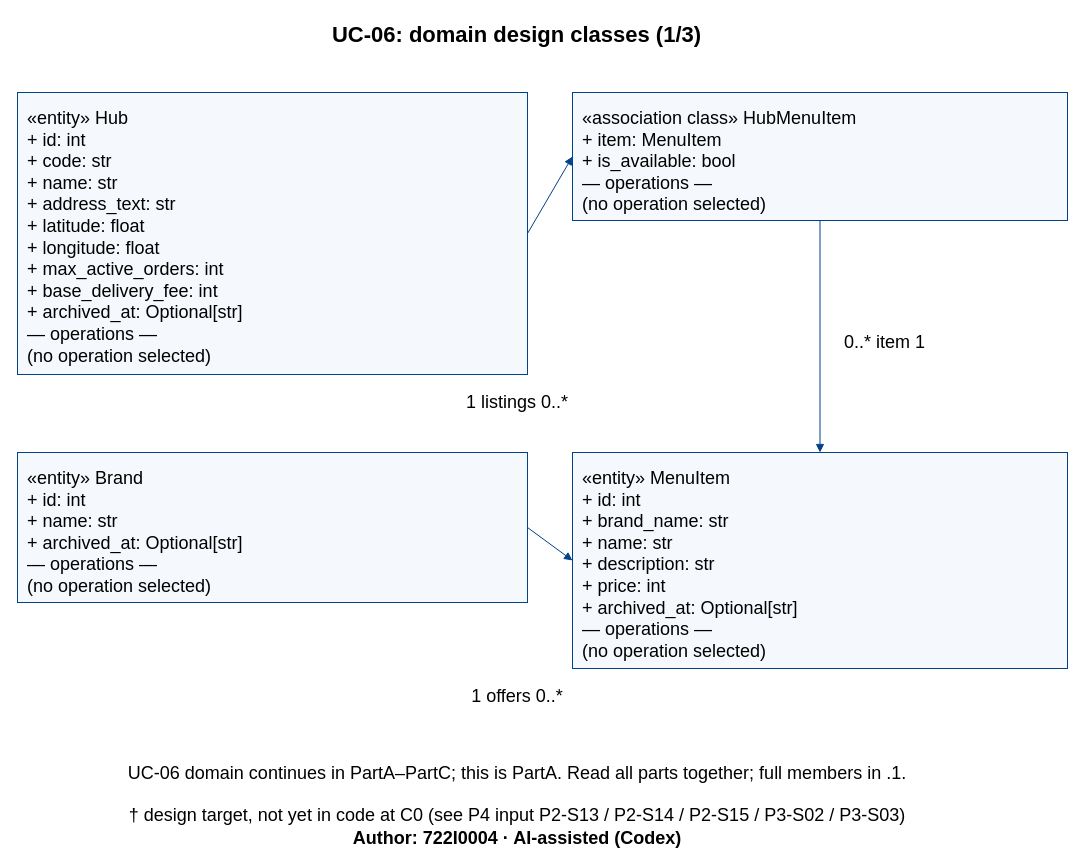
The draw.io diagram models/UC-06/dcd_uc06_domain_PartA.drawio in Dat071104/SaigonBite, before the edit. Source tidied: cells renumbered, new cells numbered last; positions are measured from the earlier drawing's top-left corner, leaving out a move shared by most shapes. Both pictures are drawn from the tidied source at 100%, with x=0, y=0 at pixel (17, 17).
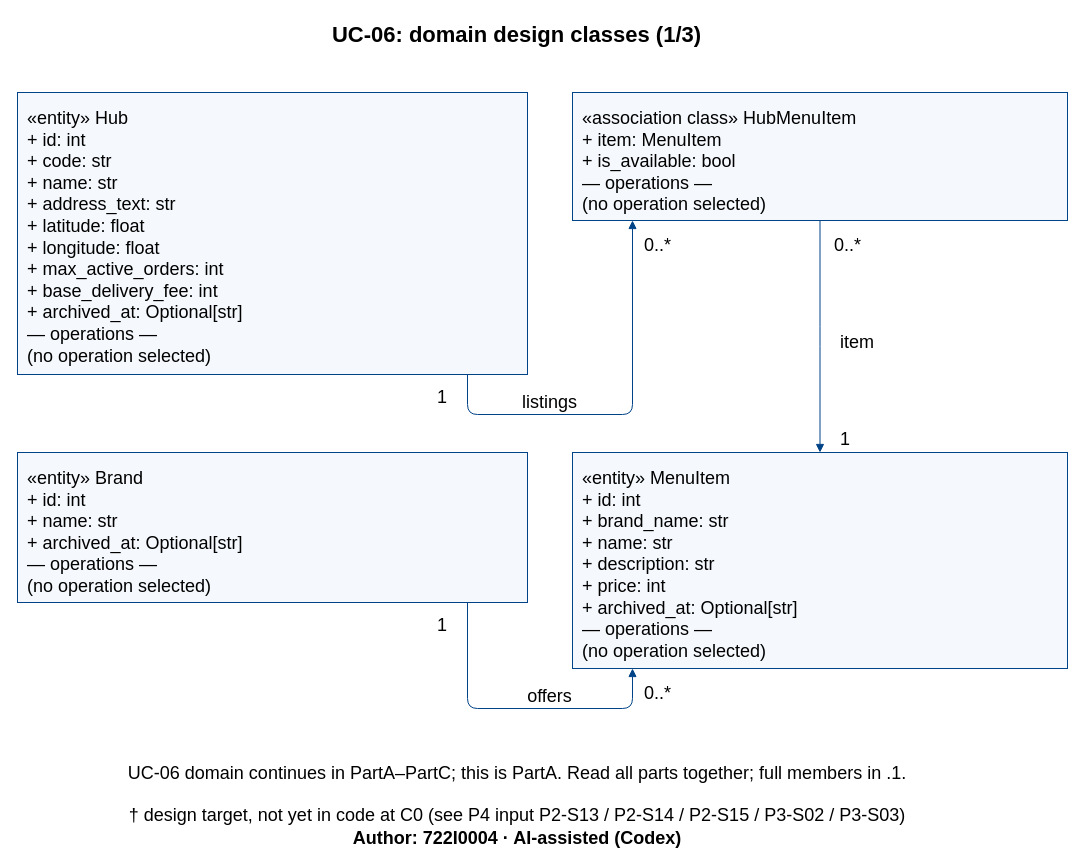
After the change.

The change refers to these unchanged cells:
```xml
<mxCell id="4" style="html=0;whiteSpace=wrap;fontFamily=Arial;fillColor=#F5F9FD;strokeColor=#004387;" parent="1" vertex="1">
  <mxGeometry y="75" width="510" height="282" as="geometry" />
</mxCell>
<mxCell id="6" style="html=0;whiteSpace=wrap;fontFamily=Arial;fillColor=#F5F9FD;strokeColor=#004387;" parent="1" vertex="1">
  <mxGeometry x="555" y="75" width="495" height="128" as="geometry" />
</mxCell>
<mxCell id="8" style="html=0;whiteSpace=wrap;fontFamily=Arial;fillColor=#F5F9FD;strokeColor=#004387;" parent="1" vertex="1">
  <mxGeometry y="435" width="510" height="150" as="geometry" />
</mxCell>
<mxCell id="10" style="html=0;whiteSpace=wrap;fontFamily=Arial;fillColor=#F5F9FD;strokeColor=#004387;" parent="1" vertex="1">
  <mxGeometry x="555" y="435" width="495" height="216" as="geometry" />
</mxCell>
```

Diff of the diagram source:
```diff
@@
-    <mxCell id="12" style="edgeStyle=none;endArrow=block;dashed=0;strokeColor=#004387;exitX=1.0;exitY=0.5;entryX=0.0;entryY=0.5;exitPerimeter=0;entryPerimeter=0;" parent="1" edge="1" source="4" target="6">
-      <mxGeometry relative="1" as="geometry" />
+    <mxCell id="12" style="edgeStyle=none;endArrow=block;dashed=0;strokeColor=#004387;exitX=0.8823529411764706;exitY=1.0;entryX=0.12121212121212122;entryY=1.0;exitPerimeter=0;entryPerimeter=0;" parent="1" edge="1" source="4" target="6">
+      <mxGeometry relative="1" as="geometry">
+        <Array as="points">
+          <mxPoint x="450" y="397" />
+          <mxPoint x="615" y="397" />
+        </Array>
+      </mxGeometry>
     </mxCell>
-    <mxCell id="13" value="1  listings  0..*" style="html=0;whiteSpace=wrap;fontFamily=Arial;text;strokeColor=none;fillColor=none;fontSize=18;fontStyle=0;align=center;verticalAlign=top;spacing=0;" parent="1" vertex="1">
-      <mxGeometry x="439" y="370" width="122" height="26" as="geometry" />
-    </mxCell>
+    <mxCell id="20" value="1" style="html=0;whiteSpace=wrap;fontFamily=Arial;text;strokeColor=none;fillColor=none;fontSize=18;fontStyle=0;align=center;verticalAlign=top;spacing=0;" parent="1" vertex="1">
+      <mxGeometry x="415" y="365" width="20" height="26" as="geometry" />
+    </mxCell>
+    <mxCell id="21" value="0..*" style="html=0;whiteSpace=wrap;fontFamily=Arial;text;strokeColor=none;fillColor=none;fontSize=18;fontStyle=0;align=center;verticalAlign=top;spacing=0;" parent="1" vertex="1">
+      <mxGeometry x="621.5" y="213" width="37" height="26" as="geometry" />
+    </mxCell>
+    <mxCell id="22" value="listings" style="html=0;whiteSpace=wrap;fontFamily=Arial;text;strokeColor=none;fillColor=none;fontSize=18;fontStyle=0;align=center;verticalAlign=top;spacing=0;" parent="1" vertex="1">
+      <mxGeometry x="500" y="370" width="65" height="26" as="geometry" />
+    </mxCell>
     <mxCell id="14" style="edgeStyle=none;endArrow=block;dashed=0;strokeColor=#004387;exitX=0.5;exitY=1.0;entryX=0.5;entryY=0.0;exitPerimeter=0;entryPerimeter=0;" parent="1" edge="1" source="6" target="10">
-      <mxGeometry relative="1" as="geometry" />
+      <mxGeometry relative="1" as="geometry">
+        <Array as="points">
+          <mxPoint x="802.5" y="319" />
+        </Array>
+      </mxGeometry>
     </mxCell>
-    <mxCell id="15" value="0..* item 1" style="html=0;whiteSpace=wrap;fontFamily=Arial;text;strokeColor=none;fillColor=none;fontSize=18;fontStyle=0;align=center;verticalAlign=top;spacing=0;" parent="1" vertex="1">
-      <mxGeometry x="822" y="310" width="91" height="26" as="geometry" />
-    </mxCell>
+    <mxCell id="23" value="0..*" style="html=0;whiteSpace=wrap;fontFamily=Arial;text;strokeColor=none;fillColor=none;fontSize=18;fontStyle=0;align=center;verticalAlign=top;spacing=0;" parent="1" vertex="1">
+      <mxGeometry x="812" y="213" width="37" height="26" as="geometry" />
+    </mxCell>
+    <mxCell id="24" value="1" style="html=0;whiteSpace=wrap;fontFamily=Arial;text;strokeColor=none;fillColor=none;fontSize=18;fontStyle=0;align=center;verticalAlign=top;spacing=0;" parent="1" vertex="1">
+      <mxGeometry x="817.5" y="407" width="20" height="26" as="geometry" />
+    </mxCell>
+    <mxCell id="25" value="item" style="html=0;whiteSpace=wrap;fontFamily=Arial;text;strokeColor=none;fillColor=none;fontSize=18;fontStyle=0;align=center;verticalAlign=top;spacing=0;" parent="1" vertex="1">
+      <mxGeometry x="817.5" y="310" width="44" height="26" as="geometry" />
+    </mxCell>
-    <mxCell id="16" style="edgeStyle=none;endArrow=block;dashed=0;strokeColor=#004387;exitX=1.0;exitY=0.5;entryX=0.0;entryY=0.5;exitPerimeter=0;entryPerimeter=0;" parent="1" edge="1" source="8" target="10">
-      <mxGeometry relative="1" as="geometry" />
+    <mxCell id="16" style="edgeStyle=none;endArrow=block;dashed=0;strokeColor=#004387;exitX=0.8823529411764706;exitY=1.0;entryX=0.12121212121212122;entryY=1.0;exitPerimeter=0;entryPerimeter=0;" parent="1" edge="1" source="8" target="10">
+      <mxGeometry relative="1" as="geometry">
+        <Array as="points">
+          <mxPoint x="450" y="691" />
+          <mxPoint x="615" y="691" />
+        </Array>
+      </mxGeometry>
     </mxCell>
-    <mxCell id="17" value="1  offers  0..*" style="html=0;whiteSpace=wrap;fontFamily=Arial;text;strokeColor=none;fillColor=none;fontSize=18;fontStyle=0;align=center;verticalAlign=top;spacing=0;" parent="1" vertex="1">
-      <mxGeometry x="444.1" y="664" width="111.7" height="26" as="geometry" />
-    </mxCell>
+    <mxCell id="26" value="1" style="html=0;whiteSpace=wrap;fontFamily=Arial;text;strokeColor=none;fillColor=none;fontSize=18;fontStyle=0;align=center;verticalAlign=top;spacing=0;" parent="1" vertex="1">
+      <mxGeometry x="415" y="593" width="20" height="26" as="geometry" />
+    </mxCell>
+    <mxCell id="27" value="0..*" style="html=0;whiteSpace=wrap;fontFamily=Arial;text;strokeColor=none;fillColor=none;fontSize=18;fontStyle=0;align=center;verticalAlign=top;spacing=0;" parent="1" vertex="1">
+      <mxGeometry x="621.5" y="661" width="37" height="26" as="geometry" />
+    </mxCell>
+    <mxCell id="28" value="offers" style="html=0;whiteSpace=wrap;fontFamily=Arial;text;strokeColor=none;fillColor=none;fontSize=18;fontStyle=0;align=center;verticalAlign=top;spacing=0;" parent="1" vertex="1">
+      <mxGeometry x="505.2" y="664" width="54.7" height="26" as="geometry" />
+    </mxCell>
```
